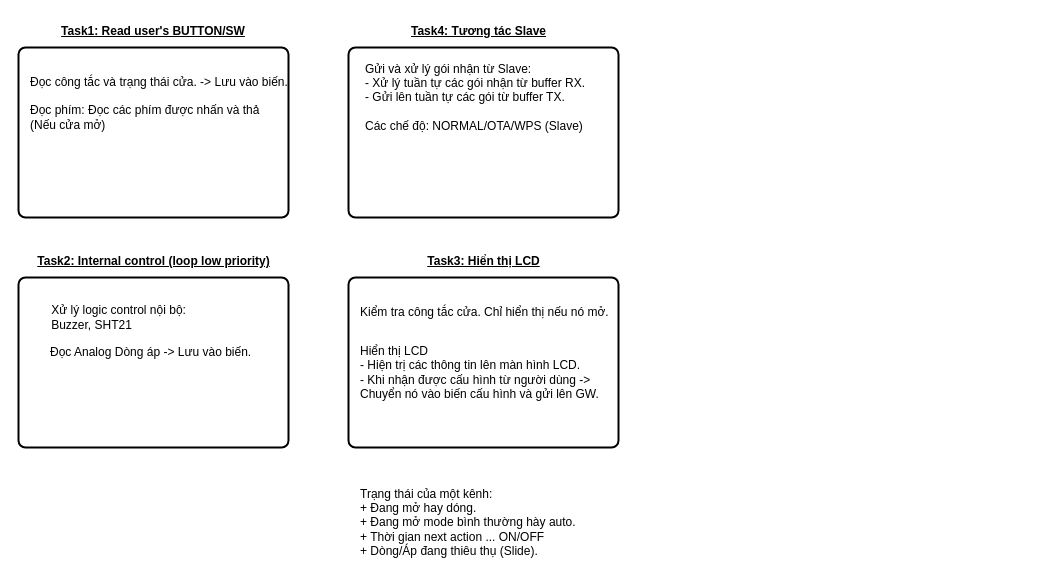
Before: page "TaskMan" (3 of 6) of Doc/Flow.drawio in DungTranVz12/WSN_Controller_Node, a draw.io diagram. Source tidied: cells renumbered, new cells numbered last; positions are measured from the earlier drawing's top-left corner, leaving out a move shared by most shapes. Both pictures are drawn from the tidied source at 100%, with x=0, y=0 at pixel (18, 17).
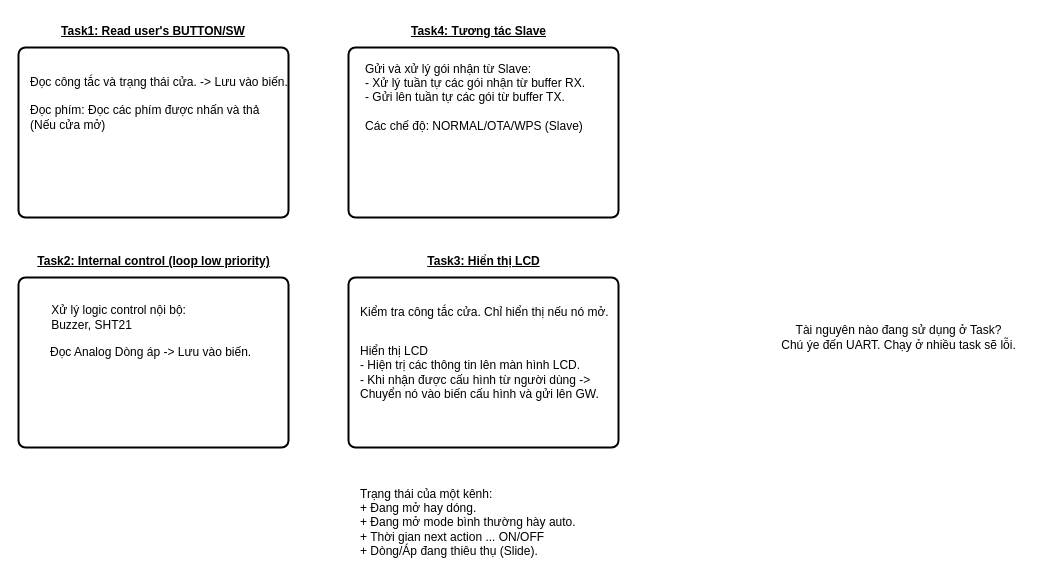
After the change.

What changed in the source:
```diff
@@
 <mxGraphModel>
   <root>
     <mxCell id="0" />
     <mxCell id="1" parent="0" />
     <mxCell id="2" style="rounded=1;whiteSpace=wrap;html=1;absoluteArcSize=1;arcSize=14;strokeWidth=2;" parent="1" vertex="1">
       <mxGeometry x="330" y="30" width="270" height="170" as="geometry" />
     </mxCell>
     <mxCell id="3" style="rounded=1;whiteSpace=wrap;html=1;absoluteArcSize=1;arcSize=14;strokeWidth=2;align=left;verticalAlign=top;" parent="1" vertex="1">
       <mxGeometry y="30" width="270" height="170" as="geometry" />
     </mxCell>
     <mxCell id="4" style="rounded=1;whiteSpace=wrap;html=1;absoluteArcSize=1;arcSize=14;strokeWidth=2;" parent="1" vertex="1">
       <mxGeometry x="330" y="260" width="270" height="170" as="geometry" />
     </mxCell>
     <mxCell id="5" value="Đọc phím: Đọc các phím được nhấn và thả&amp;nbsp;&lt;br&gt;(Nếu cửa mở)" style="text;html=1;align=left;verticalAlign=middle;strokeColor=none;fillColor=none;" parent="1" vertex="1">
       <mxGeometry x="10" y="80" width="260" height="40" as="geometry" />
     </mxCell>
     <mxCell id="6" value="Hiển thị LCD&lt;br&gt;- Hiện trị các thông tin lên màn hình LCD.&lt;br&gt;- Khi nhận được cấu hình từ người dùng -&amp;gt;&lt;br&gt;Chuyển nó vào biến cấu hình và gửi lên GW." style="text;html=1;align=left;verticalAlign=middle;strokeColor=none;fillColor=none;" parent="1" vertex="1">
       <mxGeometry x="340" y="320" width="260" height="70" as="geometry" />
     </mxCell>
     <mxCell id="7" style="rounded=1;whiteSpace=wrap;html=1;absoluteArcSize=1;arcSize=14;strokeWidth=2;" parent="1" vertex="1">
       <mxGeometry y="260" width="270" height="170" as="geometry" />
     </mxCell>
     <mxCell id="8" value="Xử lý logic control nội bộ:&lt;br&gt;&lt;div style=&quot;text-align: left;&quot;&gt;&lt;span style=&quot;background-color: initial;&quot;&gt;Buzzer, SHT21&lt;/span&gt;&lt;/div&gt;" style="text;html=1;align=center;verticalAlign=middle;strokeColor=none;fillColor=none;" parent="1" vertex="1">
       <mxGeometry x="20" y="280" width="160" height="40" as="geometry" />
     </mxCell>
     <mxCell id="9" value="Gửi và xử lý gói nhận từ Slave:&lt;br&gt;- Xử lý tuần tự các gói nhận từ buffer RX.&lt;br&gt;- Gửi lên tuần tự các gói từ buffer TX.&lt;br&gt;&lt;br&gt;Các chế độ: NORMAL/OTA/WPS (Slave)" style="text;html=1;align=left;verticalAlign=middle;strokeColor=none;fillColor=none;" parent="1" vertex="1">
       <mxGeometry x="345" y="35" width="240" height="90" as="geometry" />
     </mxCell>
     <mxCell id="10" value="Đọc Analog Dòng áp -&amp;gt; Lưu vào biến." style="text;html=1;align=left;verticalAlign=middle;strokeColor=none;fillColor=none;" parent="1" vertex="1">
       <mxGeometry x="30" y="320" width="220" height="30" as="geometry" />
     </mxCell>
     <mxCell id="11" value="Đọc công tắc và trạng thái cửa. -&amp;gt; Lưu vào biến." style="text;html=1;align=left;verticalAlign=middle;strokeColor=none;fillColor=none;" parent="1" vertex="1">
       <mxGeometry x="10" y="50" width="280" height="30" as="geometry" />
     </mxCell>
     <mxCell id="12" value="Task1: Read user's BUTTON/SW" style="text;whiteSpace=wrap;html=1;fontStyle=5;align=center;" parent="1" vertex="1">
       <mxGeometry x="35" width="200" height="20" as="geometry" />
     </mxCell>
     <mxCell id="13" value="Task3: Hiển thị LCD" style="text;whiteSpace=wrap;html=1;fontStyle=5;align=center;" parent="1" vertex="1">
       <mxGeometry x="342.5" y="230" width="245" height="20" as="geometry" />
     </mxCell>
     <mxCell id="14" value="Trạng thái của một kênh:&lt;br&gt;&lt;div style=&quot;&quot;&gt;&lt;span style=&quot;background-color: initial;&quot;&gt;+ Đang mở hay dóng.&lt;/span&gt;&lt;/div&gt;&lt;div style=&quot;&quot;&gt;&lt;span style=&quot;background-color: initial;&quot;&gt;+ Đang mở mode bình thường hày auto.&lt;/span&gt;&lt;/div&gt;&lt;div style=&quot;&quot;&gt;&lt;span style=&quot;background-color: initial;&quot;&gt;+ Thời gian next action ... ON/OFF&lt;/span&gt;&lt;/div&gt;&lt;div style=&quot;&quot;&gt;&lt;span style=&quot;background-color: initial;&quot;&gt;+ Dòng/Áp đang thiêu thụ (Slide).&lt;/span&gt;&lt;/div&gt;" style="text;html=1;align=left;verticalAlign=middle;strokeColor=none;fillColor=none;" parent="1" vertex="1">
       <mxGeometry x="340" y="460" width="240" height="90" as="geometry" />
     </mxCell>
     <mxCell id="15" value="Task2: Internal control (loop low priority)" style="text;whiteSpace=wrap;html=1;fontStyle=5;align=center;" parent="1" vertex="1">
       <mxGeometry x="12.5" y="230" width="245" height="20" as="geometry" />
     </mxCell>
     <mxCell id="16" value="Kiểm tra công tắc cửa. Chỉ hiển thị nếu nó mở." style="text;html=1;align=left;verticalAlign=middle;strokeColor=none;fillColor=none;" parent="1" vertex="1">
       <mxGeometry x="340" y="280" width="270" height="30" as="geometry" />
     </mxCell>
     <mxCell id="17" value="Task4: Tương tác Slave" style="text;whiteSpace=wrap;html=1;fontStyle=5;align=center;" parent="1" vertex="1">
       <mxGeometry x="337.5" width="245" height="20" as="geometry" />
     </mxCell>
+    <mxCell id="18" value="Tài nguyên nào đang sử dụng ở Task?&lt;br&gt;Chú ýe đến UART. Chạy ở nhiều task sẽ lỗi.&lt;br&gt;" style="text;html=1;align=center;verticalAlign=middle;strokeColor=none;fillColor=none;" parent="1" vertex="1">
+      <mxGeometry x="750" y="300" width="260" height="40" as="geometry" />
+    </mxCell>
   </root>
 </mxGraphModel>
```
